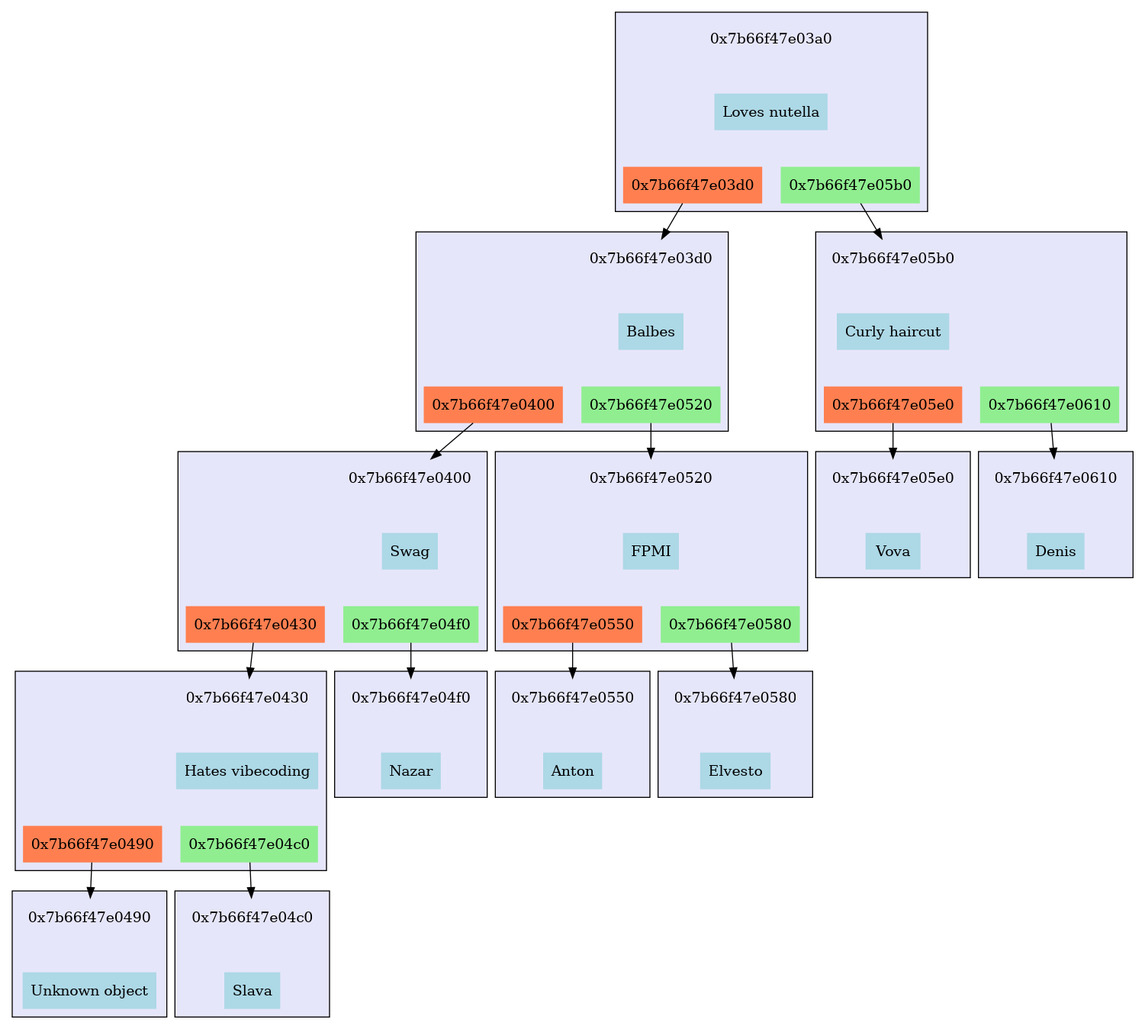
Earlier version of the Graphviz export files/tree.png (MasterVAE/MIPT_Akinator). Its source is kept beside it as files/tree.dot.
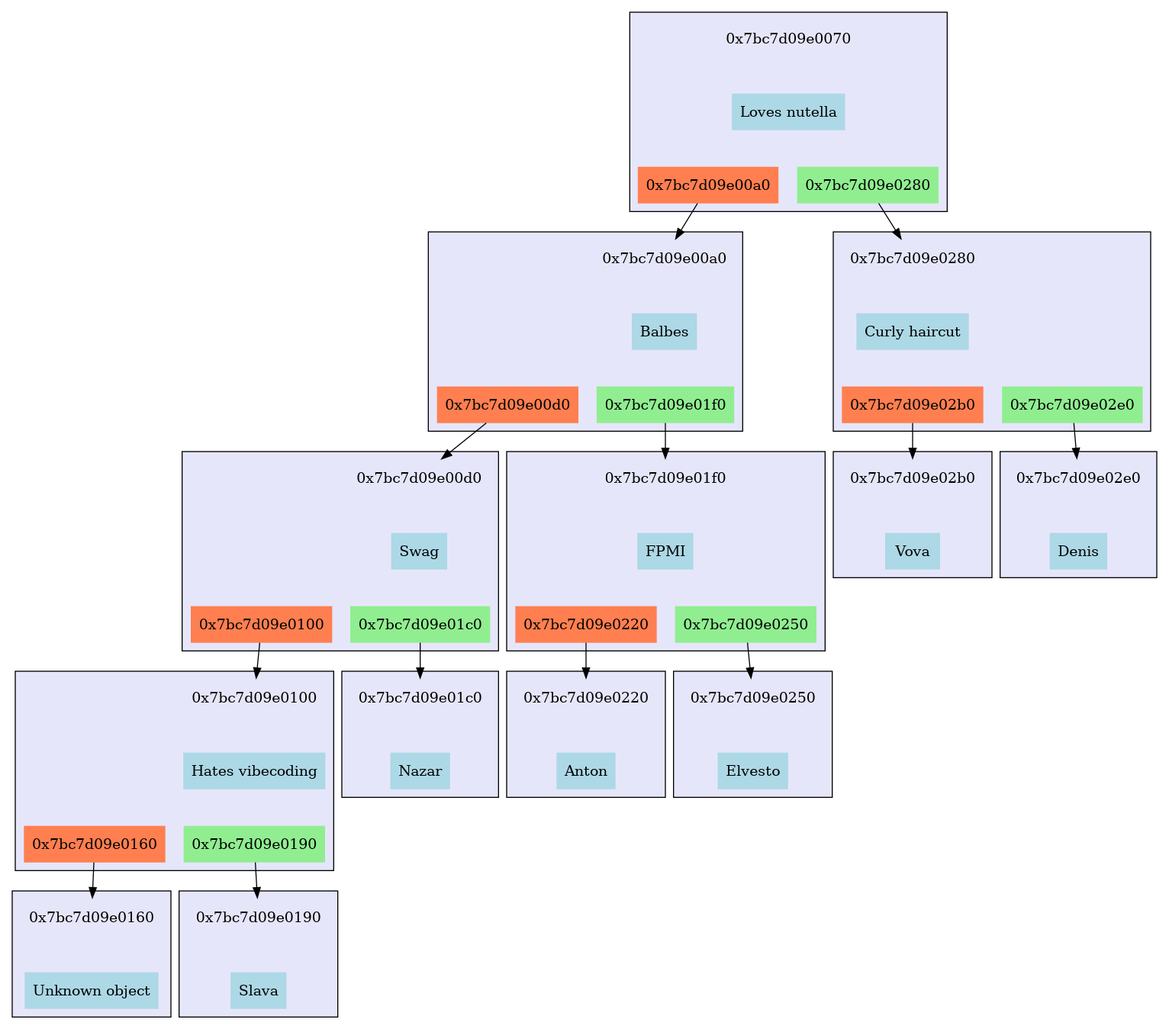
After the change.

What changed in the source:
```diff
@@ -1,208 +1,208 @@
 digraph G {	 node [shape=plaintext, style="filled"];
 	 rankdir=TB;
-subgraph cluster_0x7b66f47e03a0
+subgraph cluster_0x7bc7d09e0070
 {
 	style=filled;
 	rank=0;
 	fillcolor=lavender;
-	"0x7b66f47e03a0_address"[label="0x7b66f47e03a0",fillcolor="lavender"];
-	"0x7b66f47e03a0_value"[label="Loves nutella",fillcolor="lightblue"];
-	subgraph "0x7b66f47e03a0_bottom"
+	"0x7bc7d09e0070_address"[label="0x7bc7d09e0070",fillcolor="lavender"];
+	"0x7bc7d09e0070_value"[label="Loves nutella",fillcolor="lightblue"];
+	subgraph "0x7bc7d09e0070_bottom"
 	{
 		 style=invis;
-		"0x7b66f47e03a0_left"[label="0x7b66f47e03d0",fillcolor="coral"];
-		"0x7b66f47e03a0_right"[label="0x7b66f47e05b0",fillcolor="lightgreen"];
+		"0x7bc7d09e0070_left"[label="0x7bc7d09e00a0",fillcolor="coral"];
+		"0x7bc7d09e0070_right"[label="0x7bc7d09e0280",fillcolor="lightgreen"];
 	}
-	"0x7b66f47e03a0_address"->"0x7b66f47e03a0_value"[style=invis,weight=10];
-	"0x7b66f47e03a0_value"->"0x7b66f47e03a0_left"[style=invis,weight=10];
-	"0x7b66f47e03a0_value"->"0x7b66f47e03a0_right"[style=invis,weight=10];
+	"0x7bc7d09e0070_address"->"0x7bc7d09e0070_value"[style=invis,weight=10];
+	"0x7bc7d09e0070_value"->"0x7bc7d09e0070_left"[style=invis,weight=10];
+	"0x7bc7d09e0070_value"->"0x7bc7d09e0070_right"[style=invis,weight=10];
 }
-"0x7b66f47e03a0_left" -> "0x7b66f47e03d0_address";
-subgraph cluster_0x7b66f47e03d0
+"0x7bc7d09e0070_left" -> "0x7bc7d09e00a0_address";
+subgraph cluster_0x7bc7d09e00a0
 {
 	style=filled;
 	rank=1;
 	fillcolor=lavender;
-	"0x7b66f47e03d0_address"[label="0x7b66f47e03d0",fillcolor="lavender"];
-	"0x7b66f47e03d0_value"[label="Balbes",fillcolor="lightblue"];
-	subgraph "0x7b66f47e03d0_bottom"
+	"0x7bc7d09e00a0_address"[label="0x7bc7d09e00a0",fillcolor="lavender"];
+	"0x7bc7d09e00a0_value"[label="Balbes",fillcolor="lightblue"];
+	subgraph "0x7bc7d09e00a0_bottom"
 	{
 		 style=invis;
-		"0x7b66f47e03d0_left"[label="0x7b66f47e0400",fillcolor="coral"];
-		"0x7b66f47e03d0_right"[label="0x7b66f47e0520",fillcolor="lightgreen"];
+		"0x7bc7d09e00a0_left"[label="0x7bc7d09e00d0",fillcolor="coral"];
+		"0x7bc7d09e00a0_right"[label="0x7bc7d09e01f0",fillcolor="lightgreen"];
 	}
-	"0x7b66f47e03d0_address"->"0x7b66f47e03d0_value"[style=invis,weight=10];
-	"0x7b66f47e03d0_value"->"0x7b66f47e03d0_left"[style=invis,weight=10];
-	"0x7b66f47e03d0_value"->"0x7b66f47e03d0_right"[style=invis,weight=10];
+	"0x7bc7d09e00a0_address"->"0x7bc7d09e00a0_value"[style=invis,weight=10];
+	"0x7bc7d09e00a0_value"->"0x7bc7d09e00a0_left"[style=invis,weight=10];
+	"0x7bc7d09e00a0_value"->"0x7bc7d09e00a0_right"[style=invis,weight=10];
 }
-"0x7b66f47e03d0_left" -> "0x7b66f47e0400_address";
-subgraph cluster_0x7b66f47e0400
+"0x7bc7d09e00a0_left" -> "0x7bc7d09e00d0_address";
+subgraph cluster_0x7bc7d09e00d0
 {
 	style=filled;
 	rank=2;
 	fillcolor=lavender;
-	"0x7b66f47e0400_address"[label="0x7b66f47e0400",fillcolor="lavender"];
-	"0x7b66f47e0400_value"[label="Swag",fillcolor="lightblue"];
-	subgraph "0x7b66f47e0400_bottom"
+	"0x7bc7d09e00d0_address"[label="0x7bc7d09e00d0",fillcolor="lavender"];
+	"0x7bc7d09e00d0_value"[label="Swag",fillcolor="lightblue"];
+	subgraph "0x7bc7d09e00d0_bottom"
 	{
 		 style=invis;
-		"0x7b66f47e0400_left"[label="0x7b66f47e0430",fillcolor="coral"];
-		"0x7b66f47e0400_right"[label="0x7b66f47e04f0",fillcolor="lightgreen"];
+		"0x7bc7d09e00d0_left"[label="0x7bc7d09e0100",fillcolor="coral"];
+		"0x7bc7d09e00d0_right"[label="0x7bc7d09e01c0",fillcolor="lightgreen"];
 	}
-	"0x7b66f47e0400_address"->"0x7b66f47e0400_value"[style=invis,weight=10];
-	"0x7b66f47e0400_value"->"0x7b66f47e0400_left"[style=invis,weight=10];
-	"0x7b66f47e0400_value"->"0x7b66f47e0400_right"[style=invis,weight=10];
+	"0x7bc7d09e00d0_address"->"0x7bc7d09e00d0_value"[style=invis,weight=10];
+	"0x7bc7d09e00d0_value"->"0x7bc7d09e00d0_left"[style=invis,weight=10];
+	"0x7bc7d09e00d0_value"->"0x7bc7d09e00d0_right"[style=invis,weight=10];
 }
-"0x7b66f47e0400_left" -> "0x7b66f47e0430_address";
-subgraph cluster_0x7b66f47e0430
+"0x7bc7d09e00d0_left" -> "0x7bc7d09e0100_address";
+subgraph cluster_0x7bc7d09e0100
 {
 	style=filled;
 	rank=3;
 	fillcolor=lavender;
-	"0x7b66f47e0430_address"[label="0x7b66f47e0430",fillcolor="lavender"];
-	"0x7b66f47e0430_value"[label="Hates vibecoding",fillcolor="lightblue"];
-	subgraph "0x7b66f47e0430_bottom"
+	"0x7bc7d09e0100_address"[label="0x7bc7d09e0100",fillcolor="lavender"];
+	"0x7bc7d09e0100_value"[label="Hates vibecoding",fillcolor="lightblue"];
+	subgraph "0x7bc7d09e0100_bottom"
 	{
 		 style=invis;
-		"0x7b66f47e0430_left"[label="0x7b66f47e0490",fillcolor="coral"];
-		"0x7b66f47e0430_right"[label="0x7b66f47e04c0",fillcolor="lightgreen"];
+		"0x7bc7d09e0100_left"[label="0x7bc7d09e0160",fillcolor="coral"];
+		"0x7bc7d09e0100_right"[label="0x7bc7d09e0190",fillcolor="lightgreen"];
 	}
-	"0x7b66f47e0430_address"->"0x7b66f47e0430_value"[style=invis,weight=10];
-	"0x7b66f47e0430_value"->"0x7b66f47e0430_left"[style=invis,weight=10];
-	"0x7b66f47e0430_value"->"0x7b66f47e0430_right"[style=invis,weight=10];
+	"0x7bc7d09e0100_address"->"0x7bc7d09e0100_value"[style=invis,weight=10];
+	"0x7bc7d09e0100_value"->"0x7bc7d09e0100_left"[style=invis,weight=10];
+	"0x7bc7d09e0100_value"->"0x7bc7d09e0100_right"[style=invis,weight=10];
 }
-"0x7b66f47e0430_left" -> "0x7b66f47e0490_address";
-subgraph cluster_0x7b66f47e0490
+"0x7bc7d09e0100_left" -> "0x7bc7d09e0160_address";
+subgraph cluster_0x7bc7d09e0160
 {
 	style=filled;
 	rank=4;
 	fillcolor=lavender;
-	"0x7b66f47e0490_address"[label="0x7b66f47e0490",fillcolor="lavender"];
-	"0x7b66f47e0490_value"[label="Unknown object",fillcolor="lightblue"];
-	subgraph "0x7b66f47e0490_bottom"
+	"0x7bc7d09e0160_address"[label="0x7bc7d09e0160",fillcolor="lavender"];
+	"0x7bc7d09e0160_value"[label="Unknown object",fillcolor="lightblue"];
+	subgraph "0x7bc7d09e0160_bottom"
 	{
 		 style=invis;
 	}
-	"0x7b66f47e0490_address"->"0x7b66f47e0490_value"[style=invis,weight=10];
+	"0x7bc7d09e0160_address"->"0x7bc7d09e0160_value"[style=invis,weight=10];
 }
-"0x7b66f47e0430_right" -> "0x7b66f47e04c0_address";
-subgraph cluster_0x7b66f47e04c0
+"0x7bc7d09e0100_right" -> "0x7bc7d09e0190_address";
+subgraph cluster_0x7bc7d09e0190
 {
 	style=filled;
 	rank=4;
 	fillcolor=lavender;
-	"0x7b66f47e04c0_address"[label="0x7b66f47e04c0",fillcolor="lavender"];
-	"0x7b66f47e04c0_value"[label="Slava",fillcolor="lightblue"];
-	subgraph "0x7b66f47e04c0_bottom"
+	"0x7bc7d09e0190_address"[label="0x7bc7d09e0190",fillcolor="lavender"];
+	"0x7bc7d09e0190_value"[label="Slava",fillcolor="lightblue"];
+	subgraph "0x7bc7d09e0190_bottom"
 	{
 		 style=invis;
 	}
-	"0x7b66f47e04c0_address"->"0x7b66f47e04c0_value"[style=invis,weight=10];
+	"0x7bc7d09e0190_address"->"0x7bc7d09e0190_value"[style=invis,weight=10];
 }
-"0x7b66f47e0400_right" -> "0x7b66f47e04f0_address";
-subgraph cluster_0x7b66f47e04f0
+"0x7bc7d09e00d0_right" -> "0x7bc7d09e01c0_address";
+subgraph cluster_0x7bc7d09e01c0
 {
 	style=filled;
 	rank=3;
 	fillcolor=lavender;
-	"0x7b66f47e04f0_address"[label="0x7b66f47e04f0",fillcolor="lavender"];
-	"0x7b66f47e04f0_value"[label="Nazar",fillcolor="lightblue"];
-	subgraph "0x7b66f47e04f0_bottom"
+	"0x7bc7d09e01c0_address"[label="0x7bc7d09e01c0",fillcolor="lavender"];
+	"0x7bc7d09e01c0_value"[label="Nazar",fillcolor="lightblue"];
+	subgraph "0x7bc7d09e01c0_bottom"
 	{
 		 style=invis;
 	}
-	"0x7b66f47e04f0_address"->"0x7b66f47e04f0_value"[style=invis,weight=10];
+	"0x7bc7d09e01c0_address"->"0x7bc7d09e01c0_value"[style=invis,weight=10];
 }
-"0x7b66f47e03d0_right" -> "0x7b66f47e0520_address";
-subgraph cluster_0x7b66f47e0520
+"0x7bc7d09e00a0_right" -> "0x7bc7d09e01f0_address";
+subgraph cluster_0x7bc7d09e01f0
 {
 	style=filled;
 	rank=2;
 	fillcolor=lavender;
-	"0x7b66f47e0520_address"[label="0x7b66f47e0520",fillcolor="lavender"];
-	"0x7b66f47e0520_value"[label="FPMI",fillcolor="lightblue"];
-	subgraph "0x7b66f47e0520_bottom"
+	"0x7bc7d09e01f0_address"[label="0x7bc7d09e01f0",fillcolor="lavender"];
+	"0x7bc7d09e01f0_value"[label="FPMI",fillcolor="lightblue"];
+	subgraph "0x7bc7d09e01f0_bottom"
 	{
 		 style=invis;
-		"0x7b66f47e0520_left"[label="0x7b66f47e0550",fillcolor="coral"];
-		"0x7b66f47e0520_right"[label="0x7b66f47e0580",fillcolor="lightgreen"];
+		"0x7bc7d09e01f0_left"[label="0x7bc7d09e0220",fillcolor="coral"];
+		"0x7bc7d09e01f0_right"[label="0x7bc7d09e0250",fillcolor="lightgreen"];
 	}
-	"0x7b66f47e0520_address"->"0x7b66f47e0520_value"[style=invis,weight=10];
-	"0x7b66f47e0520_value"->"0x7b66f47e0520_left"[style=invis,weight=10];
-	"0x7b66f47e0520_value"->"0x7b66f47e0520_right"[style=invis,weight=10];
+	"0x7bc7d09e01f0_address"->"0x7bc7d09e01f0_value"[style=invis,weight=10];
+	"0x7bc7d09e01f0_value"->"0x7bc7d09e01f0_left"[style=invis,weight=10];
+	"0x7bc7d09e01f0_value"->"0x7bc7d09e01f0_right"[style=invis,weight=10];
 }
-"0x7b66f47e0520_left" -> "0x7b66f47e0550_address";
-subgraph cluster_0x7b66f47e0550
+"0x7bc7d09e01f0_left" -> "0x7bc7d09e0220_address";
+subgraph cluster_0x7bc7d09e0220
 {
 	style=filled;
 	rank=3;
 	fillcolor=lavender;
-	"0x7b66f47e0550_address"[label="0x7b66f47e0550",fillcolor="lavender"];
-	"0x7b66f47e0550_value"[label="Anton",fillcolor="lightblue"];
-	subgraph "0x7b66f47e0550_bottom"
+	"0x7bc7d09e0220_address"[label="0x7bc7d09e0220",fillcolor="lavender"];
+	"0x7bc7d09e0220_value"[label="Anton",fillcolor="lightblue"];
+	subgraph "0x7bc7d09e0220_bottom"
 	{
 		 style=invis;
 	}
-	"0x7b66f47e0550_address"->"0x7b66f47e0550_value"[style=invis,weight=10];
+	"0x7bc7d09e0220_address"->"0x7bc7d09e0220_value"[style=invis,weight=10];
 }
-"0x7b66f47e0520_right" -> "0x7b66f47e0580_address";
-subgraph cluster_0x7b66f47e0580
+"0x7bc7d09e01f0_right" -> "0x7bc7d09e0250_address";
+subgraph cluster_0x7bc7d09e0250
 {
 	style=filled;
 	rank=3;
 	fillcolor=lavender;
-	"0x7b66f47e0580_address"[label="0x7b66f47e0580",fillcolor="lavender"];
-	"0x7b66f47e0580_value"[label="Elvesto",fillcolor="lightblue"];
-	subgraph "0x7b66f47e0580_bottom"
+	"0x7bc7d09e0250_address"[label="0x7bc7d09e0250",fillcolor="lavender"];
+	"0x7bc7d09e0250_value"[label="Elvesto",fillcolor="lightblue"];
+	subgraph "0x7bc7d09e0250_bottom"
 	{
 		 style=invis;
 	}
-	"0x7b66f47e0580_address"->"0x7b66f47e0580_value"[style=invis,weight=10];
+	"0x7bc7d09e0250_address"->"0x7bc7d09e0250_value"[style=invis,weight=10];
 }
-"0x7b66f47e03a0_right" -> "0x7b66f47e05b0_address";
-subgraph cluster_0x7b66f47e05b0
+"0x7bc7d09e0070_right" -> "0x7bc7d09e0280_address";
+subgraph cluster_0x7bc7d09e0280
 {
 	style=filled;
 	rank=1;
 	fillcolor=lavender;
-	"0x7b66f47e05b0_address"[label="0x7b66f47e05b0",fillcolor="lavender"];
-	"0x7b66f47e05b0_value"[label="Curly haircut",fillcolor="lightblue"];
-	subgraph "0x7b66f47e05b0_bottom"
+	"0x7bc7d09e0280_address"[label="0x7bc7d09e0280",fillcolor="lavender"];
+	"0x7bc7d09e0280_value"[label="Curly haircut",fillcolor="lightblue"];
+	subgraph "0x7bc7d09e0280_bottom"
 	{
 		 style=invis;
-		"0x7b66f47e05b0_left"[label="0x7b66f47e05e0",fillcolor="coral"];
-		"0x7b66f47e05b0_right"[label="0x7b66f47e0610",fillcolor="lightgreen"];
+		"0x7bc7d09e0280_left"[label="0x7bc7d09e02b0",fillcolor="coral"];
+		"0x7bc7d09e0280_right"[label="0x7bc7d09e02e0",fillcolor="lightgreen"];
 	}
-	"0x7b66f47e05b0_address"->"0x7b66f47e05b0_value"[style=invis,weight=10];
-	"0x7b66f47e05b0_value"->"0x7b66f47e05b0_left"[style=invis,weight=10];
-	"0x7b66f47e05b0_value"->"0x7b66f47e05b0_right"[style=invis,weight=10];
+	"0x7bc7d09e0280_address"->"0x7bc7d09e0280_value"[style=invis,weight=10];
+	"0x7bc7d09e0280_value"->"0x7bc7d09e0280_left"[style=invis,weight=10];
+	"0x7bc7d09e0280_value"->"0x7bc7d09e0280_right"[style=invis,weight=10];
 }
-"0x7b66f47e05b0_left" -> "0x7b66f47e05e0_address";
-subgraph cluster_0x7b66f47e05e0
+"0x7bc7d09e0280_left" -> "0x7bc7d09e02b0_address";
+subgraph cluster_0x7bc7d09e02b0
 {
 	style=filled;
 	rank=2;
 	fillcolor=lavender;
-	"0x7b66f47e05e0_address"[label="0x7b66f47e05e0",fillcolor="lavender"];
-	"0x7b66f47e05e0_value"[label="Vova",fillcolor="lightblue"];
-	subgraph "0x7b66f47e05e0_bottom"
+	"0x7bc7d09e02b0_address"[label="0x7bc7d09e02b0",fillcolor="lavender"];
+	"0x7bc7d09e02b0_value"[label="Vova",fillcolor="lightblue"];
+	subgraph "0x7bc7d09e02b0_bottom"
 	{
 		 style=invis;
 	}
-	"0x7b66f47e05e0_address"->"0x7b66f47e05e0_value"[style=invis,weight=10];
+	"0x7bc7d09e02b0_address"->"0x7bc7d09e02b0_value"[style=invis,weight=10];
 }
-"0x7b66f47e05b0_right" -> "0x7b66f47e0610_address";
-subgraph cluster_0x7b66f47e0610
+"0x7bc7d09e0280_right" -> "0x7bc7d09e02e0_address";
+subgraph cluster_0x7bc7d09e02e0
 {
 	style=filled;
 	rank=2;
 	fillcolor=lavender;
-	"0x7b66f47e0610_address"[label="0x7b66f47e0610",fillcolor="lavender"];
-	"0x7b66f47e0610_value"[label="Denis",fillcolor="lightblue"];
-	subgraph "0x7b66f47e0610_bottom"
+	"0x7bc7d09e02e0_address"[label="0x7bc7d09e02e0",fillcolor="lavender"];
+	"0x7bc7d09e02e0_value"[label="Denis",fillcolor="lightblue"];
+	subgraph "0x7bc7d09e02e0_bottom"
 	{
 		 style=invis;
 	}
-	"0x7b66f47e0610_address"->"0x7b66f47e0610_value"[style=invis,weight=10];
+	"0x7bc7d09e02e0_address"->"0x7bc7d09e02e0_value"[style=invis,weight=10];
 }
 }
```
